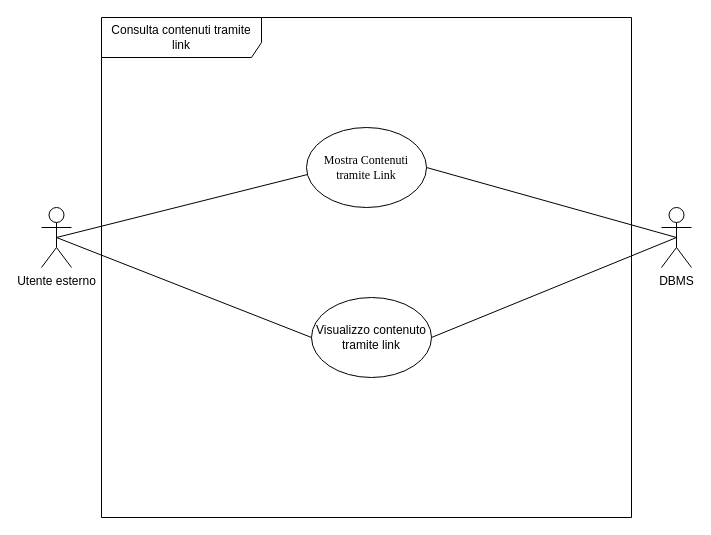
The draw.io diagram page "Visualizza contenuto con link" (13 of 16) of visteD'insiemeDraw/VistaD'insiemeProgetto-2.drawio in SImone1104/IDS, before the edit. Source tidied: cells renumbered, new cells numbered last; positions are measured from the earlier drawing's top-left corner, leaving out a move shared by most shapes. Both pictures are drawn from the tidied source at 100%, with x=0, y=0 at pixel (41, 17).
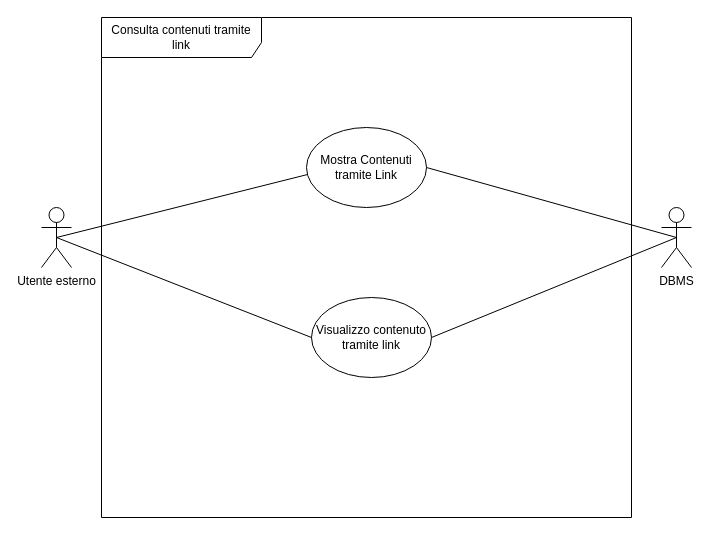
The same page after the edit.

What changed in the source:
```diff
@@
 <mxGraphModel>
   <root>
     <mxCell id="0" />
     <mxCell id="1" parent="0" />
     <mxCell id="2" value="Utente esterno" style="shape=umlActor;verticalLabelPosition=bottom;verticalAlign=top;html=1;outlineConnect=0;" parent="1" vertex="1">
       <mxGeometry y="190" width="30" height="60" as="geometry" />
     </mxCell>
-    <mxCell id="3" value="&lt;span style=&quot;font-family: &amp;quot;Times New Roman&amp;quot;;&quot;&gt;Mostra Contenuti tramite Link&lt;/span&gt;" style="ellipse;whiteSpace=wrap;html=1;fillColor=none;" parent="1" vertex="1">
+    <mxCell id="3" value="&lt;font face=&quot;Helvetica&quot;&gt;Mostra Contenuti tramite Link&lt;/font&gt;" style="ellipse;whiteSpace=wrap;html=1;fillColor=none;" parent="1" vertex="1">
       <mxGeometry x="265" y="110" width="120" height="80" as="geometry" />
     </mxCell>
     <mxCell id="4" value="Visualizzo contenuto tramite link" style="ellipse;whiteSpace=wrap;html=1;fillColor=none;" parent="1" vertex="1">
       <mxGeometry x="270" y="280" width="120" height="80" as="geometry" />
     </mxCell>
     <mxCell id="5" value="DBMS" style="shape=umlActor;verticalLabelPosition=bottom;verticalAlign=top;html=1;outlineConnect=0;" parent="1" vertex="1">
       <mxGeometry x="620" y="190" width="30" height="60" as="geometry" />
     </mxCell>
     <mxCell id="6" value="Consulta contenuti tramite link" style="shape=umlFrame;whiteSpace=wrap;html=1;width=160;height=40;" parent="1" vertex="1">
       <mxGeometry x="60" width="530" height="500" as="geometry" />
     </mxCell>
     <mxCell id="7" style="rounded=0;jettySize=auto;html=1;exitX=0.5;exitY=0.5;exitDx=0;exitDy=0;exitPerimeter=0;entryX=0.008;entryY=0.588;entryDx=0;entryDy=0;endArrow=none;endFill=0;entryPerimeter=0;" parent="1" edge="1" source="2" target="3">
       <mxGeometry relative="1" as="geometry" />
     </mxCell>
     <mxCell id="8" style="rounded=0;jettySize=auto;html=1;exitX=0.5;exitY=0.5;exitDx=0;exitDy=0;exitPerimeter=0;entryX=0;entryY=0.5;entryDx=0;entryDy=0;endArrow=none;endFill=0;" parent="1" edge="1" source="2" target="4">
       <mxGeometry relative="1" as="geometry" />
     </mxCell>
     <mxCell id="9" style="rounded=0;jettySize=auto;html=1;exitX=1;exitY=0.5;exitDx=0;exitDy=0;entryX=0.5;entryY=0.5;entryDx=0;entryDy=0;endArrow=none;endFill=0;entryPerimeter=0;" parent="1" edge="1" source="4" target="5">
       <mxGeometry relative="1" as="geometry" />
     </mxCell>
     <mxCell id="10" style="rounded=0;jettySize=auto;html=1;exitX=1;exitY=0.5;exitDx=0;exitDy=0;entryX=0.5;entryY=0.5;entryDx=0;entryDy=0;endArrow=none;endFill=0;entryPerimeter=0;" parent="1" edge="1" source="3" target="5">
       <mxGeometry relative="1" as="geometry" />
     </mxCell>
   </root>
 </mxGraphModel>
```
